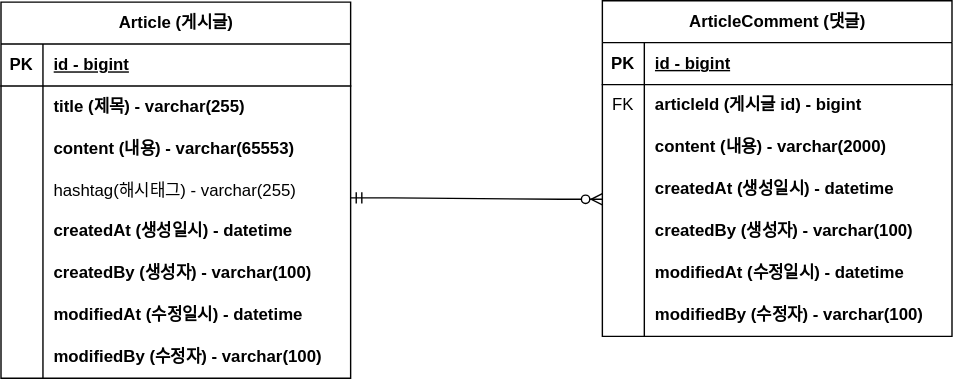
Earlier version of the draw.io export document/project-board-erd.svg (JooYoung-23/project-board). Source tidied: cells renumbered, new cells last; positions are measured from the earlier drawing's top-left corner, leaving out a move shared by most shapes.
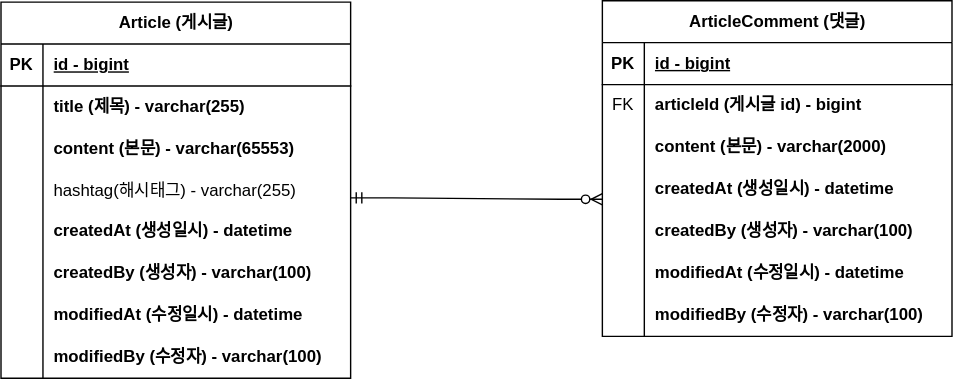
Above is the later version.

Commit message:
#1 - ERD content column 주석 업데이트: project-board-erd.svg

Diff of the diagram source:
```diff
@@ -29,7 +29,7 @@
     <mxCell id="10" style="shape=partialRectangle;fillColor=none;top=0;left=0;bottom=0;right=0;overflow=hidden;whiteSpace=wrap;html=1;" parent="9" vertex="1">
       <mxGeometry width="30" height="30" as="geometry" />
     </mxCell>
-    <mxCell id="11" value="content (내용) - varchar(65553)" style="shape=partialRectangle;fillColor=none;top=0;left=0;bottom=0;right=0;align=left;spacingLeft=6;overflow=hidden;whiteSpace=wrap;html=1;fontStyle=1;" parent="9" vertex="1">
+    <mxCell id="11" value="content (본문) - varchar(65553)" style="shape=partialRectangle;fillColor=none;top=0;left=0;bottom=0;right=0;align=left;spacingLeft=6;overflow=hidden;whiteSpace=wrap;html=1;fontStyle=1;" parent="9" vertex="1">
       <mxGeometry x="30" width="220" height="30" as="geometry" />
     </mxCell>
     <mxCell id="12" style="shape=tableRow;horizontal=0;startSize=0;swimlaneHead=0;swimlaneBody=0;fillColor=none;top=0;left=0;right=0;bottom=0;" parent="2" vertex="1">
@@ -104,7 +104,7 @@
     <mxCell id="35" style="shape=partialRectangle;fillColor=none;top=0;left=0;bottom=0;right=0;overflow=hidden;whiteSpace=wrap;html=1;" parent="34" vertex="1">
       <mxGeometry width="30" height="30" as="geometry" />
     </mxCell>
-    <mxCell id="36" value="content (내용) - varchar(2000)" style="shape=partialRectangle;fillColor=none;top=0;left=0;bottom=0;right=0;align=left;spacingLeft=6;overflow=hidden;whiteSpace=wrap;html=1;fontStyle=1;" parent="34" vertex="1">
+    <mxCell id="36" value="content (본문) - varchar(2000)" style="shape=partialRectangle;fillColor=none;top=0;left=0;bottom=0;right=0;align=left;spacingLeft=6;overflow=hidden;whiteSpace=wrap;html=1;fontStyle=1;" parent="34" vertex="1">
       <mxGeometry x="30" width="220" height="30" as="geometry" />
     </mxCell>
     <mxCell id="37" style="shape=tableRow;horizontal=0;startSize=0;swimlaneHead=0;swimlaneBody=0;fillColor=none;top=0;left=0;right=0;bottom=0;" parent="27" vertex="1">
```
